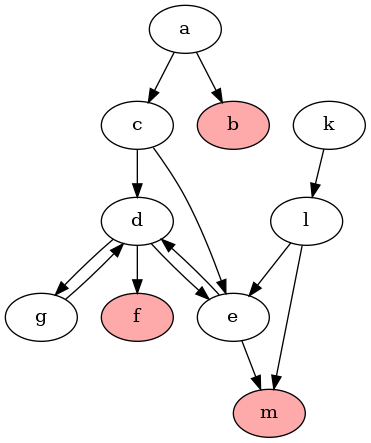
Earlier version of the Graphviz export XLoKR-2023/2-Statelog_version/output/state_0.0_graph.png (idaks/Games-and-Argumentation). Its source is kept beside it as XLoKR-2023/2-Statelog_version/output/state_0.0_graph.dot.
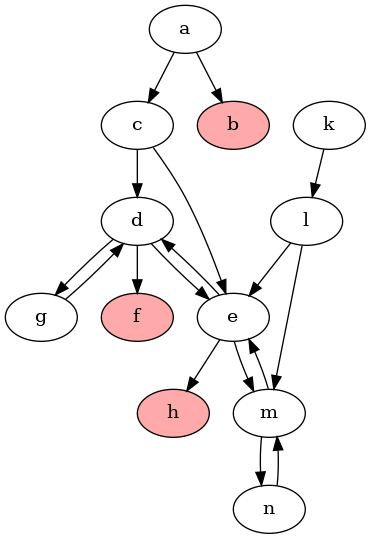
After the change.

Diff of the diagram source:
```diff
@@ -7,8 +7,6 @@
 	c -> e	[dir=forward];
 	k -> l	[dir=forward];
 	l -> e	[dir=forward];
-	m	[fillcolor="#FFAAAA",
-		style=filled];
 	l -> m	[dir=forward];
 	d -> e	[dir=forward];
 	f	[fillcolor="#FFAAAA",
@@ -17,5 +15,11 @@
 	d -> g	[dir=forward];
 	e -> d	[dir=forward];
 	e -> m	[dir=forward];
+	h	[fillcolor="#FFAAAA",
+		style=filled];
+	e -> h	[dir=forward];
+	m -> e	[dir=forward];
+	m -> n	[dir=forward];
 	g -> d	[dir=forward];
+	n -> m	[dir=forward];
 }
```
